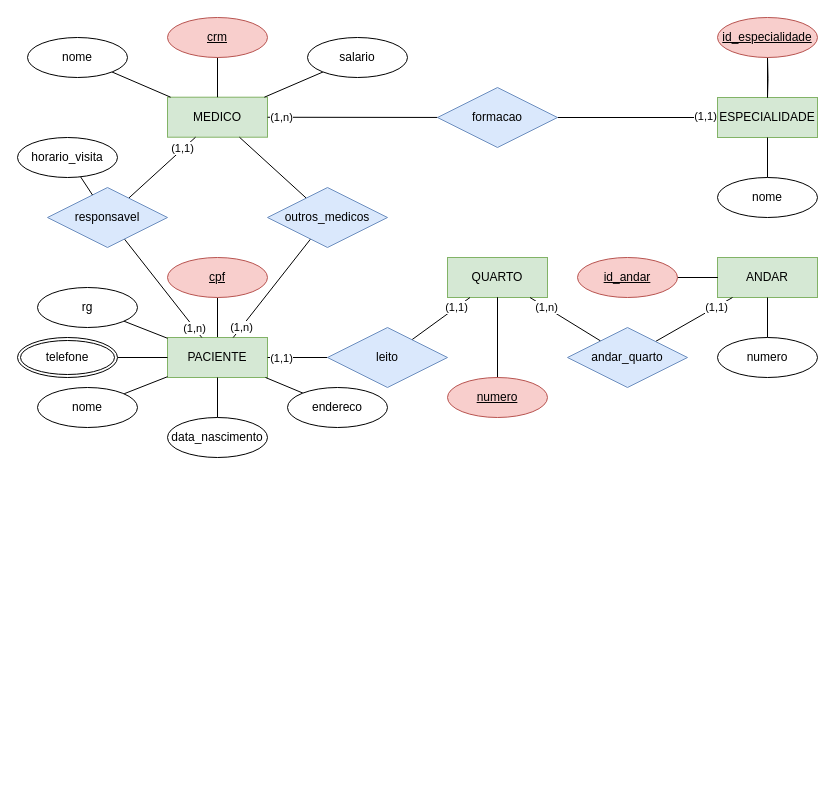
Above: ac1-minimundo-clinica.drawio in AristoEinstein/db-fundamentals (draw.io), before the change. Source tidied: cells renumbered, new cells numbered last; positions are measured from the earlier drawing's top-left corner, leaving out a move shared by most shapes. Both pictures are drawn from the tidied source at 100%, with x=0, y=0 at pixel (17, 17).
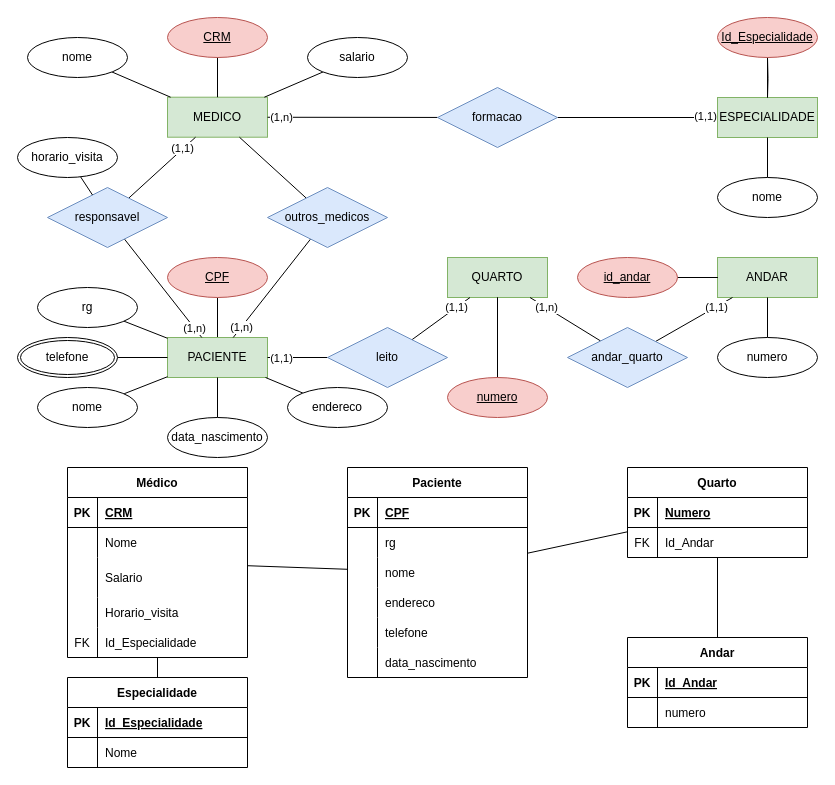
Above is the later version.

What changed in the source:
```diff
@@
-    <mxCell id="6" value="crm" style="ellipse;whiteSpace=wrap;html=1;align=center;fontStyle=4;fillColor=#f8cecc;strokeColor=#b85450;" parent="1" vertex="1">
+    <mxCell id="6" value="CRM" style="ellipse;whiteSpace=wrap;html=1;align=center;fontStyle=4;fillColor=#f8cecc;strokeColor=#b85450;" parent="1" vertex="1">
       <mxGeometry x="150" width="100" height="40" as="geometry" />
     </mxCell>
@@
-    <mxCell id="18" value="cpf" style="ellipse;whiteSpace=wrap;html=1;align=center;fontStyle=4;fillColor=#f8cecc;strokeColor=#b85450;" parent="1" vertex="1">
+    <mxCell id="18" value="CPF" style="ellipse;whiteSpace=wrap;html=1;align=center;fontStyle=4;fillColor=#f8cecc;strokeColor=#b85450;" parent="1" vertex="1">
       <mxGeometry x="150" y="240" width="100" height="40" as="geometry" />
     </mxCell>
@@
-    <mxCell id="60" value="id_especialidade" style="ellipse;whiteSpace=wrap;html=1;align=center;fontStyle=4;fontFamily=Helvetica;fillColor=#f8cecc;strokeColor=#b85450;" parent="1" vertex="1">
+    <mxCell id="60" value="Id_Especialidade" style="ellipse;whiteSpace=wrap;html=1;align=center;fontStyle=4;fontFamily=Helvetica;fillColor=#f8cecc;strokeColor=#b85450;" parent="1" vertex="1">
       <mxGeometry x="700" width="100" height="40" as="geometry" />
     </mxCell>
@@
+    <mxCell id="66" style="edgeStyle=none;rounded=0;jettySize=auto;html=1;endArrow=none;endFill=0;" parent="1" edge="1" source="67" target="84">
+      <mxGeometry relative="1" as="geometry" />
+    </mxCell>
+    <mxCell id="67" value="Médico" style="shape=table;startSize=30;childLayout=tableLayout;rowLines=0;fontStyle=1;align=center;" parent="1" vertex="1">
+      <mxGeometry x="50" y="450" width="180" height="190" as="geometry" />
+    </mxCell>
+    <mxCell id="68" style="shape=tableRow;horizontal=0;startSize=0;swimlaneHead=0;swimlaneBody=0;fillColor=none;top=0;left=0;right=0;bottom=1;" parent="67" vertex="1">
+      <mxGeometry y="30" width="180" height="30" as="geometry" />
+    </mxCell>
+    <mxCell id="69" value="PK" style="shape=partialRectangle;fillColor=none;top=0;left=0;bottom=0;right=0;fontStyle=1;overflow=hidden;" parent="68" vertex="1">
+      <mxGeometry width="30" height="30" as="geometry" />
+    </mxCell>
+    <mxCell id="70" value="CRM" style="shape=partialRectangle;fillColor=none;top=0;left=0;bottom=0;right=0;align=left;spacingLeft=6;fontStyle=5;overflow=hidden;" parent="68" vertex="1">
+      <mxGeometry x="30" width="150" height="30" as="geometry" />
+    </mxCell>
+    <mxCell id="71" style="shape=tableRow;horizontal=0;startSize=0;swimlaneHead=0;swimlaneBody=0;fillColor=none;top=0;left=0;right=0;bottom=0;" parent="67" vertex="1">
+      <mxGeometry y="60" width="180" height="30" as="geometry" />
+    </mxCell>
+    <mxCell id="72" style="shape=partialRectangle;fillColor=none;top=0;left=0;bottom=0;right=0;overflow=hidden;" parent="71" vertex="1">
+      <mxGeometry width="30" height="30" as="geometry" />
+    </mxCell>
+    <mxCell id="73" value="Nome" style="shape=partialRectangle;fillColor=none;top=0;left=0;bottom=0;right=0;align=left;spacingLeft=6;overflow=hidden;" parent="71" vertex="1">
+      <mxGeometry x="30" width="150" height="30" as="geometry" />
+    </mxCell>
+    <mxCell id="74" style="shape=tableRow;horizontal=0;startSize=0;swimlaneHead=0;swimlaneBody=0;fillColor=none;top=0;left=0;right=0;bottom=0;" parent="67" vertex="1">
+      <mxGeometry y="90" width="180" height="40" as="geometry" />
+    </mxCell>
+    <mxCell id="75" style="shape=partialRectangle;fillColor=none;top=0;left=0;bottom=0;right=0;overflow=hidden;" parent="74" vertex="1">
+      <mxGeometry width="30" height="40" as="geometry" />
+    </mxCell>
+    <mxCell id="76" value="Salario" style="shape=partialRectangle;fillColor=none;top=0;left=0;bottom=0;right=0;align=left;spacingLeft=6;overflow=hidden;" parent="74" vertex="1">
+      <mxGeometry x="30" width="150" height="40" as="geometry" />
+    </mxCell>
+    <mxCell id="77" style="shape=tableRow;horizontal=0;startSize=0;swimlaneHead=0;swimlaneBody=0;fillColor=none;top=0;left=0;right=0;bottom=0;" parent="67" vertex="1">
+      <mxGeometry y="130" width="180" height="30" as="geometry" />
+    </mxCell>
+    <mxCell id="78" style="shape=partialRectangle;fillColor=none;top=0;left=0;bottom=0;right=0;overflow=hidden;" parent="77" vertex="1">
+      <mxGeometry width="30" height="30" as="geometry" />
+    </mxCell>
+    <mxCell id="79" value="Horario_visita" style="shape=partialRectangle;fillColor=none;top=0;left=0;bottom=0;right=0;align=left;spacingLeft=6;overflow=hidden;" parent="77" vertex="1">
+      <mxGeometry x="30" width="150" height="30" as="geometry" />
+    </mxCell>
+    <mxCell id="80" style="shape=tableRow;horizontal=0;startSize=0;swimlaneHead=0;swimlaneBody=0;fillColor=none;top=0;left=0;right=0;bottom=0;" parent="67" vertex="1">
+      <mxGeometry y="160" width="180" height="30" as="geometry" />
+    </mxCell>
+    <mxCell id="81" value="FK" style="shape=partialRectangle;fillColor=none;top=0;left=0;bottom=0;right=0;fontStyle=0;overflow=hidden;" parent="80" vertex="1">
+      <mxGeometry width="30" height="30" as="geometry" />
+    </mxCell>
+    <mxCell id="82" value="Id_Especialidade" style="shape=partialRectangle;fillColor=none;top=0;left=0;bottom=0;right=0;align=left;spacingLeft=6;fontStyle=0;overflow=hidden;" parent="80" vertex="1">
+      <mxGeometry x="30" width="150" height="30" as="geometry" />
+    </mxCell>
+    <mxCell id="83" style="edgeStyle=none;rounded=0;jettySize=auto;html=1;endArrow=none;endFill=0;" parent="1" edge="1" source="84" target="112">
+      <mxGeometry relative="1" as="geometry" />
+    </mxCell>
+    <mxCell id="84" value="Paciente" style="shape=table;startSize=30;childLayout=tableLayout;rowLines=0;fontStyle=1;align=center;" parent="1" vertex="1">
+      <mxGeometry x="330" y="450" width="180" height="210" as="geometry" />
+    </mxCell>
+    <mxCell id="85" style="shape=tableRow;horizontal=0;startSize=0;swimlaneHead=0;swimlaneBody=0;fillColor=none;top=0;left=0;right=0;bottom=1;" parent="84" vertex="1">
+      <mxGeometry y="30" width="180" height="30" as="geometry" />
+    </mxCell>
+    <mxCell id="86" value="PK" style="shape=partialRectangle;fillColor=none;top=0;left=0;bottom=0;right=0;fontStyle=1;overflow=hidden;" parent="85" vertex="1">
+      <mxGeometry width="30" height="30" as="geometry" />
+    </mxCell>
+    <mxCell id="87" value="CPF" style="shape=partialRectangle;fillColor=none;top=0;left=0;bottom=0;right=0;align=left;spacingLeft=6;fontStyle=5;overflow=hidden;" parent="85" vertex="1">
+      <mxGeometry x="30" width="150" height="30" as="geometry" />
+    </mxCell>
+    <mxCell id="88" style="shape=tableRow;horizontal=0;startSize=0;swimlaneHead=0;swimlaneBody=0;fillColor=none;top=0;left=0;right=0;bottom=0;" parent="84" vertex="1">
+      <mxGeometry y="60" width="180" height="30" as="geometry" />
+    </mxCell>
+    <mxCell id="89" style="shape=partialRectangle;fillColor=none;top=0;left=0;bottom=0;right=0;overflow=hidden;" parent="88" vertex="1">
+      <mxGeometry width="30" height="30" as="geometry" />
+    </mxCell>
+    <mxCell id="90" value="rg" style="shape=partialRectangle;fillColor=none;top=0;left=0;bottom=0;right=0;align=left;spacingLeft=6;overflow=hidden;" parent="88" vertex="1">
+      <mxGeometry x="30" width="150" height="30" as="geometry" />
+    </mxCell>
+    <mxCell id="91" style="shape=tableRow;horizontal=0;startSize=0;swimlaneHead=0;swimlaneBody=0;fillColor=none;top=0;left=0;right=0;bottom=0;" parent="84" vertex="1">
+      <mxGeometry y="90" width="180" height="30" as="geometry" />
+    </mxCell>
+    <mxCell id="92" style="shape=partialRectangle;fillColor=none;top=0;left=0;bottom=0;right=0;overflow=hidden;" parent="91" vertex="1">
+      <mxGeometry width="30" height="30" as="geometry" />
+    </mxCell>
+    <mxCell id="93" value="nome" style="shape=partialRectangle;fillColor=none;top=0;left=0;bottom=0;right=0;align=left;spacingLeft=6;overflow=hidden;" parent="91" vertex="1">
+      <mxGeometry x="30" width="150" height="30" as="geometry" />
+    </mxCell>
+    <mxCell id="94" style="shape=tableRow;horizontal=0;startSize=0;swimlaneHead=0;swimlaneBody=0;fillColor=none;top=0;left=0;right=0;bottom=0;" parent="84" vertex="1">
+      <mxGeometry y="120" width="180" height="30" as="geometry" />
+    </mxCell>
+    <mxCell id="95" style="shape=partialRectangle;fillColor=none;top=0;left=0;bottom=0;right=0;overflow=hidden;" parent="94" vertex="1">
+      <mxGeometry width="30" height="30" as="geometry" />
+    </mxCell>
+    <mxCell id="96" value="endereco" style="shape=partialRectangle;fillColor=none;top=0;left=0;bottom=0;right=0;align=left;spacingLeft=6;overflow=hidden;" parent="94" vertex="1">
+      <mxGeometry x="30" width="150" height="30" as="geometry" />
+    </mxCell>
+    <mxCell id="97" style="shape=tableRow;horizontal=0;startSize=0;swimlaneHead=0;swimlaneBody=0;fillColor=none;top=0;left=0;right=0;bottom=0;" parent="84" vertex="1">
+      <mxGeometry y="150" width="180" height="30" as="geometry" />
+    </mxCell>
+    <mxCell id="98" style="shape=partialRectangle;fillColor=none;top=0;left=0;bottom=0;right=0;overflow=hidden;" parent="97" vertex="1">
+      <mxGeometry width="30" height="30" as="geometry" />
+    </mxCell>
+    <mxCell id="99" value="telefone" style="shape=partialRectangle;fillColor=none;top=0;left=0;bottom=0;right=0;align=left;spacingLeft=6;overflow=hidden;" parent="97" vertex="1">
+      <mxGeometry x="30" width="150" height="30" as="geometry" />
+    </mxCell>
+    <mxCell id="100" style="shape=tableRow;horizontal=0;startSize=0;swimlaneHead=0;swimlaneBody=0;fillColor=none;top=0;left=0;right=0;bottom=0;" parent="84" vertex="1">
+      <mxGeometry y="180" width="180" height="30" as="geometry" />
+    </mxCell>
+    <mxCell id="101" style="shape=partialRectangle;fillColor=none;top=0;left=0;bottom=0;right=0;overflow=hidden;" parent="100" vertex="1">
+      <mxGeometry width="30" height="30" as="geometry" />
+    </mxCell>
+    <mxCell id="102" value="data_nascimento" style="shape=partialRectangle;fillColor=none;top=0;left=0;bottom=0;right=0;align=left;spacingLeft=6;overflow=hidden;" parent="100" vertex="1">
+      <mxGeometry x="30" width="150" height="30" as="geometry" />
+    </mxCell>
+    <mxCell id="103" style="edgeStyle=none;rounded=0;jettySize=auto;html=1;endArrow=none;endFill=0;" parent="1" edge="1" source="104" target="67">
+      <mxGeometry relative="1" as="geometry" />
+    </mxCell>
+    <mxCell id="104" value="Especialidade" style="shape=table;startSize=30;childLayout=tableLayout;rowLines=0;fontStyle=1;align=center;" parent="1" vertex="1">
+      <mxGeometry x="50" y="660" width="180" height="90" as="geometry" />
+    </mxCell>
+    <mxCell id="105" style="shape=tableRow;horizontal=0;startSize=0;swimlaneHead=0;swimlaneBody=0;fillColor=none;top=0;left=0;right=0;bottom=1;" parent="104" vertex="1">
+      <mxGeometry y="30" width="180" height="30" as="geometry" />
+    </mxCell>
+    <mxCell id="106" value="PK" style="shape=partialRectangle;fillColor=none;top=0;left=0;bottom=0;right=0;fontStyle=1;overflow=hidden;" parent="105" vertex="1">
+      <mxGeometry width="30" height="30" as="geometry" />
+    </mxCell>
+    <mxCell id="107" value="Id_Especialidade" style="shape=partialRectangle;fillColor=none;top=0;left=0;bottom=0;right=0;align=left;spacingLeft=6;fontStyle=5;overflow=hidden;" parent="105" vertex="1">
+      <mxGeometry x="30" width="150" height="30" as="geometry" />
+    </mxCell>
+    <mxCell id="108" style="shape=tableRow;horizontal=0;startSize=0;swimlaneHead=0;swimlaneBody=0;fillColor=none;top=0;left=0;right=0;bottom=0;" parent="104" vertex="1">
+      <mxGeometry y="60" width="180" height="30" as="geometry" />
+    </mxCell>
+    <mxCell id="109" style="shape=partialRectangle;fillColor=none;top=0;left=0;bottom=0;right=0;overflow=hidden;" parent="108" vertex="1">
+      <mxGeometry width="30" height="30" as="geometry" />
+    </mxCell>
+    <mxCell id="110" value="Nome" style="shape=partialRectangle;fillColor=none;top=0;left=0;bottom=0;right=0;align=left;spacingLeft=6;overflow=hidden;" parent="108" vertex="1">
+      <mxGeometry x="30" width="150" height="30" as="geometry" />
+    </mxCell>
+    <mxCell id="111" style="edgeStyle=none;rounded=0;jettySize=auto;html=1;endArrow=none;endFill=0;" parent="1" edge="1" source="112" target="119">
+      <mxGeometry relative="1" as="geometry" />
+    </mxCell>
+    <mxCell id="112" value="Quarto" style="shape=table;startSize=30;childLayout=tableLayout;rowLines=0;fontStyle=1;align=center;" parent="1" vertex="1">
+      <mxGeometry x="610" y="450" width="180" height="90" as="geometry" />
+    </mxCell>
+    <mxCell id="113" style="shape=tableRow;horizontal=0;startSize=0;swimlaneHead=0;swimlaneBody=0;fillColor=none;top=0;left=0;right=0;bottom=1;" parent="112" vertex="1">
+      <mxGeometry y="30" width="180" height="30" as="geometry" />
+    </mxCell>
+    <mxCell id="114" value="PK" style="shape=partialRectangle;fillColor=none;top=0;left=0;bottom=0;right=0;fontStyle=1;overflow=hidden;" parent="113" vertex="1">
+      <mxGeometry width="30" height="30" as="geometry" />
+    </mxCell>
+    <mxCell id="115" value="Numero" style="shape=partialRectangle;fillColor=none;top=0;left=0;bottom=0;right=0;align=left;spacingLeft=6;fontStyle=5;overflow=hidden;" parent="113" vertex="1">
+      <mxGeometry x="30" width="150" height="30" as="geometry" />
+    </mxCell>
+    <mxCell id="116" style="shape=tableRow;horizontal=0;startSize=0;swimlaneHead=0;swimlaneBody=0;fillColor=none;top=0;left=0;right=0;bottom=0;" parent="112" vertex="1">
+      <mxGeometry y="60" width="180" height="30" as="geometry" />
+    </mxCell>
+    <mxCell id="117" value="FK" style="shape=partialRectangle;fillColor=none;top=0;left=0;bottom=0;right=0;fontStyle=0;overflow=hidden;" parent="116" vertex="1">
+      <mxGeometry width="30" height="30" as="geometry" />
+    </mxCell>
+    <mxCell id="118" value="Id_Andar" style="shape=partialRectangle;fillColor=none;top=0;left=0;bottom=0;right=0;align=left;spacingLeft=6;fontStyle=0;overflow=hidden;" parent="116" vertex="1">
+      <mxGeometry x="30" width="150" height="30" as="geometry" />
+    </mxCell>
+    <mxCell id="119" value="Andar" style="shape=table;startSize=30;childLayout=tableLayout;rowLines=0;fontStyle=1;align=center;" parent="1" vertex="1">
+      <mxGeometry x="610" y="620" width="180" height="90" as="geometry" />
+    </mxCell>
+    <mxCell id="120" style="shape=tableRow;horizontal=0;startSize=0;swimlaneHead=0;swimlaneBody=0;fillColor=none;top=0;left=0;right=0;bottom=1;" parent="119" vertex="1">
+      <mxGeometry y="30" width="180" height="30" as="geometry" />
+    </mxCell>
+    <mxCell id="121" value="PK" style="shape=partialRectangle;fillColor=none;top=0;left=0;bottom=0;right=0;fontStyle=1;overflow=hidden;" parent="120" vertex="1">
+      <mxGeometry width="30" height="30" as="geometry" />
+    </mxCell>
+    <mxCell id="122" value="Id_Andar" style="shape=partialRectangle;fillColor=none;top=0;left=0;bottom=0;right=0;align=left;spacingLeft=6;fontStyle=5;overflow=hidden;" parent="120" vertex="1">
+      <mxGeometry x="30" width="150" height="30" as="geometry" />
+    </mxCell>
+    <mxCell id="123" style="shape=tableRow;horizontal=0;startSize=0;swimlaneHead=0;swimlaneBody=0;fillColor=none;top=0;left=0;right=0;bottom=0;" parent="119" vertex="1">
+      <mxGeometry y="60" width="180" height="30" as="geometry" />
+    </mxCell>
+    <mxCell id="124" style="shape=partialRectangle;fillColor=none;top=0;left=0;bottom=0;right=0;overflow=hidden;" parent="123" vertex="1">
+      <mxGeometry width="30" height="30" as="geometry" />
+    </mxCell>
+    <mxCell id="125" value="numero" style="shape=partialRectangle;fillColor=none;top=0;left=0;bottom=0;right=0;align=left;spacingLeft=6;overflow=hidden;" parent="123" vertex="1">
+      <mxGeometry x="30" width="150" height="30" as="geometry" />
+    </mxCell>
```
